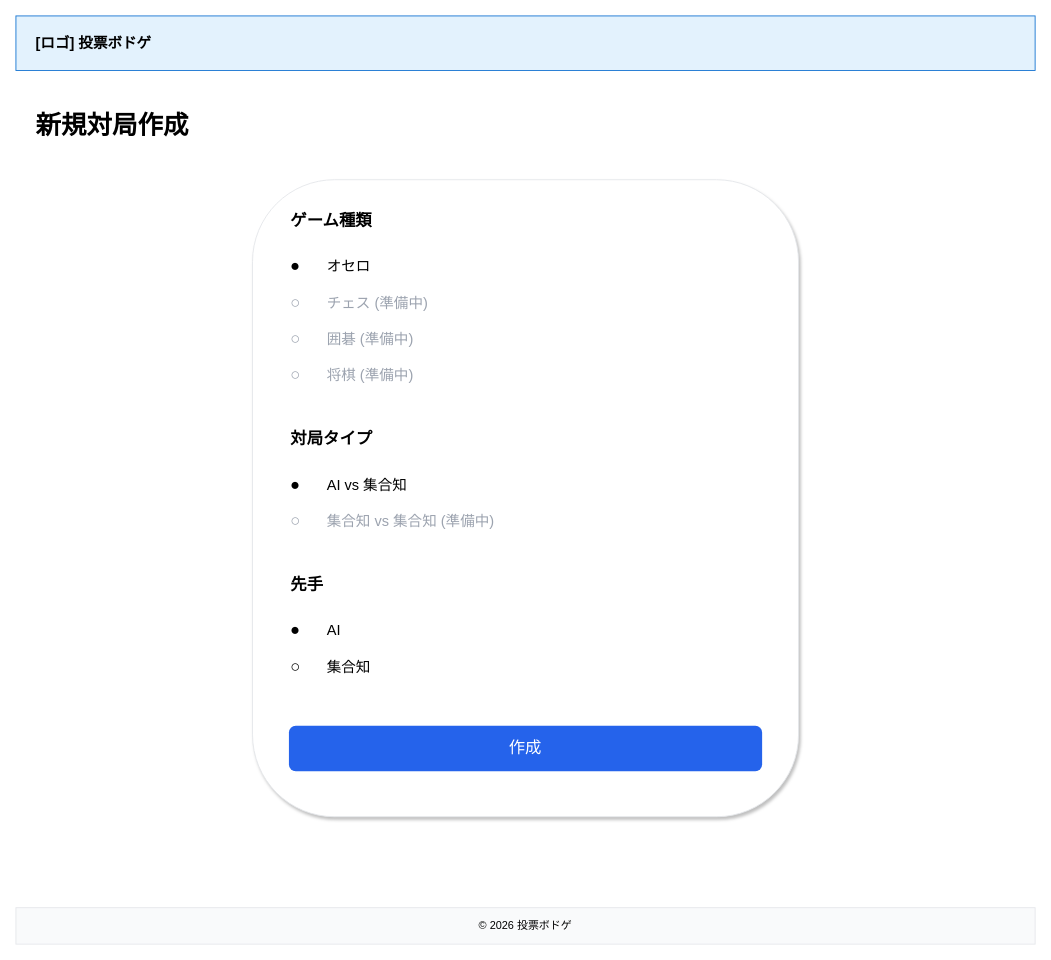
Earlier version of the draw.io diagram docs/wireframes/06-game-create.drawio (satoshi256kbyte/vote-board-game). Source tidied: cells renumbered, new cells numbered last; positions are measured from the earlier drawing's top-left corner, leaving out a move shared by most shapes. Both pictures are drawn from the tidied source at 91%, with x=0, y=0 at pixel (15, 15).
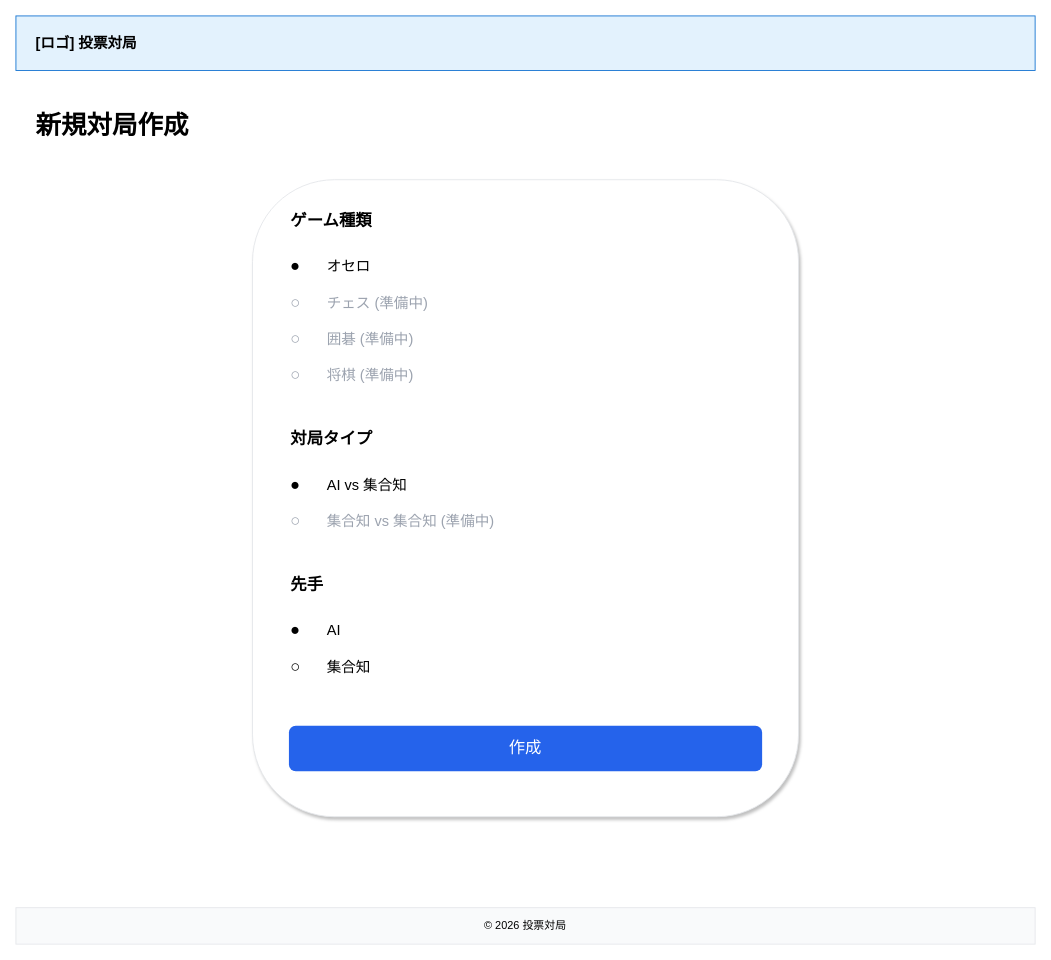
Above is the later version.

Diff of the diagram source:
```diff
@@
-    <mxCell id="3" value="[ロゴ] 投票ボドゲ" style="text;html=1;strokeColor=none;fillColor=none;align=left;verticalAlign=middle;whiteSpace=wrap;rounded=0;fontSize=16;fontStyle=1;" parent="1" vertex="1">
+    <mxCell id="3" value="[ロゴ] 投票対局" style="text;html=1;strokeColor=none;fillColor=none;align=left;verticalAlign=middle;whiteSpace=wrap;rounded=0;fontSize=16;fontStyle=1;" parent="1" vertex="1">
       <mxGeometry x="20" y="15" width="200" height="30" as="geometry" />
     </mxCell>
@@
-    <mxCell id="27" value="© 2026 投票ボドゲ" style="rounded=0;whiteSpace=wrap;html=1;fillColor=#f9fafb;strokeColor=#e5e7eb;align=center;" parent="1" vertex="1">
+    <mxCell id="27" value="© 2026 投票対局" style="rounded=0;whiteSpace=wrap;html=1;fillColor=#f9fafb;strokeColor=#e5e7eb;align=center;" parent="1" vertex="1">
       <mxGeometry y="980" width="1120" height="40" as="geometry" />
     </mxCell>
```
